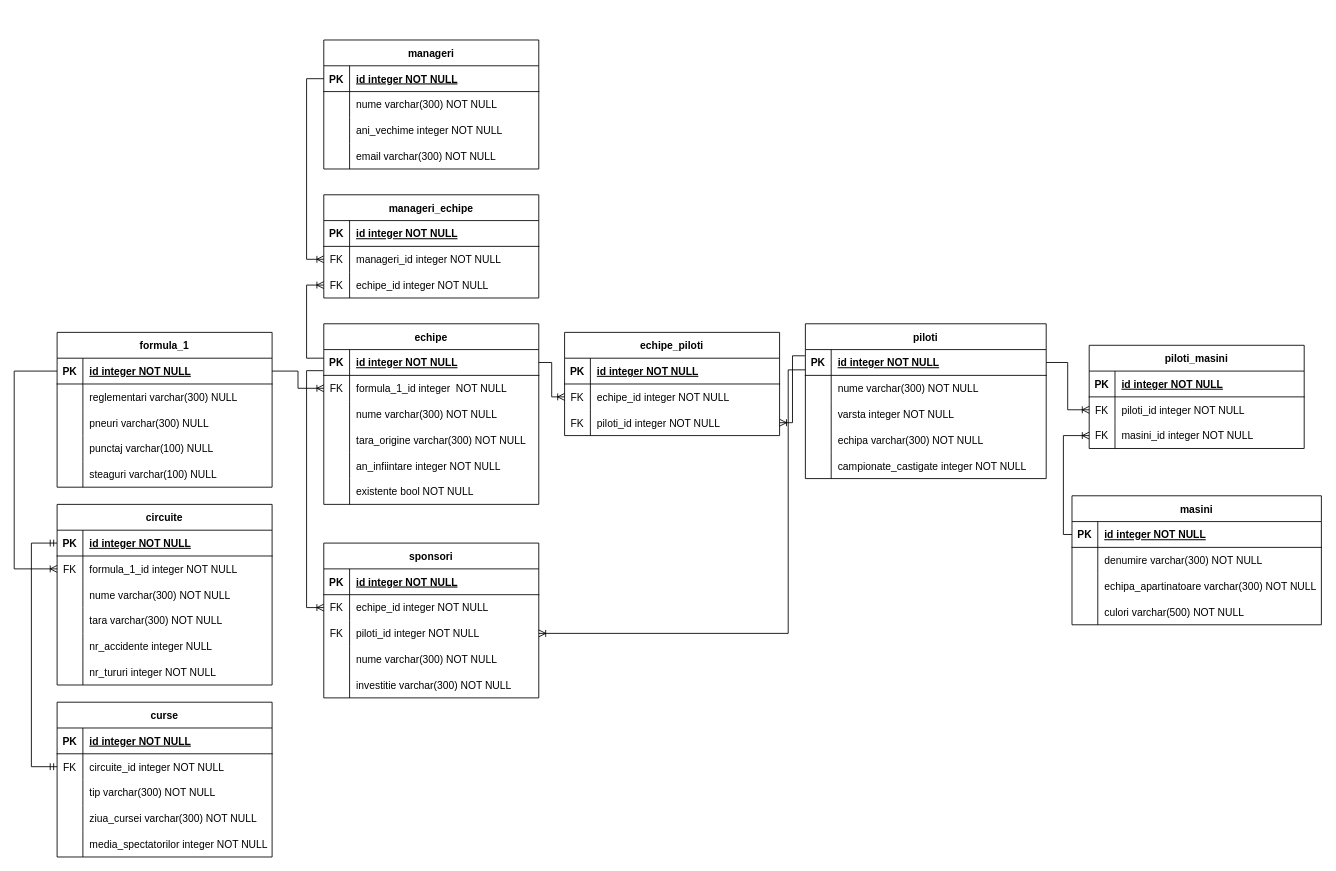
This is Model Conceptual.drawio from andreea-agrisan/examen_sem1_db, a draw.io file, before an edit. Source tidied: cells renumbered, new cells numbered last; positions are measured from the earlier drawing's top-left corner, leaving out a move shared by most shapes. Both pictures are drawn from the tidied source at 86%, with x=0, y=0 at pixel (14, 40).
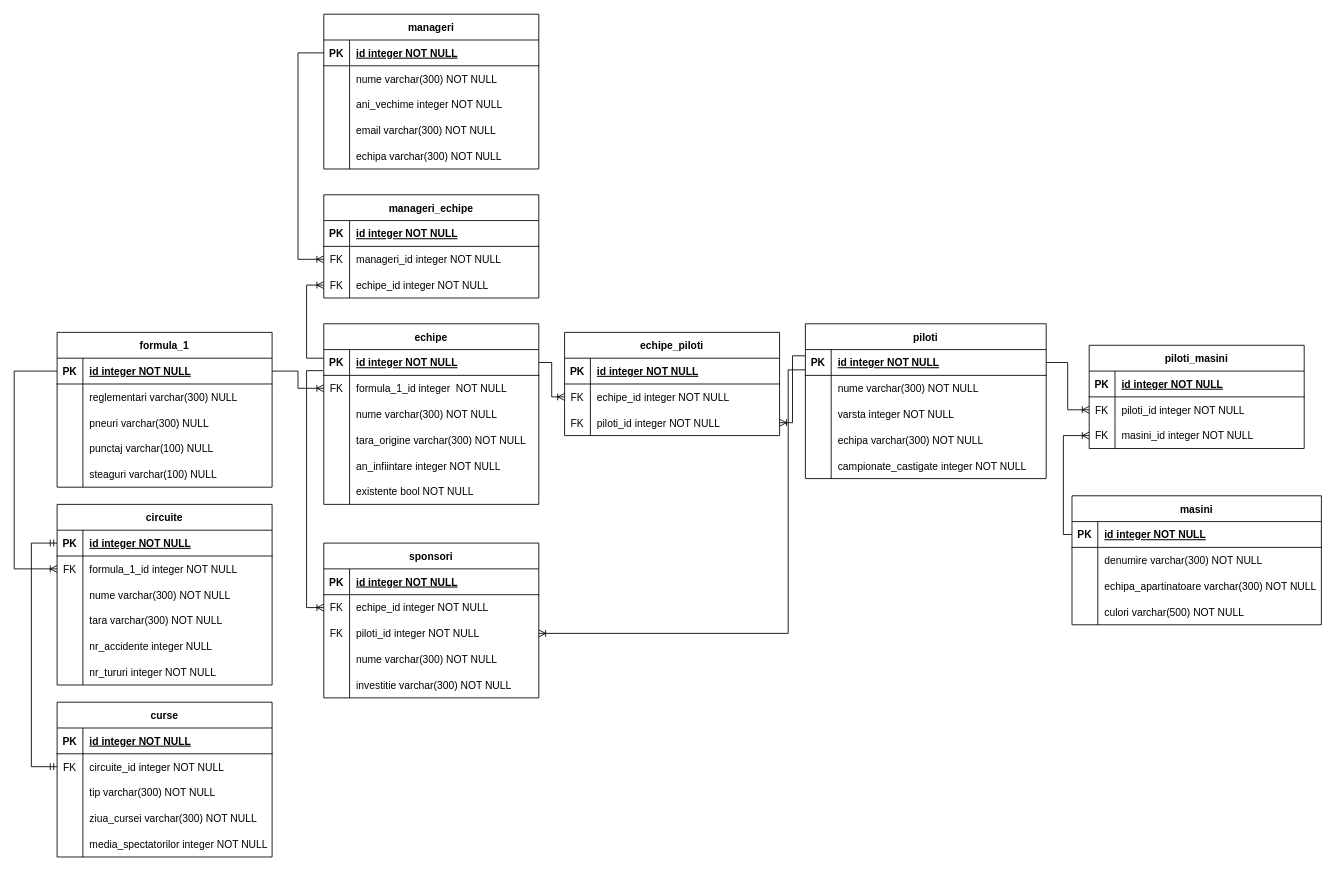
After the change.

The change refers to these unchanged cells:
```xml
<mxCell id="90" style="shape=partialRectangle;fillColor=none;points=[[0,0.5],[1,0.5]];portConstraint=eastwest;top=0;left=0;right=0;bottom=0;" parent="86" vertex="1">
  <mxGeometry y="60" width="250" height="30" as="geometry" />
</mxCell>
<mxCell id="97" style="shape=partialRectangle;fillColor=none;points=[[0,0.5],[1,0.5]];portConstraint=eastwest;top=0;left=0;right=0;bottom=1;" parent="96" vertex="1">
  <mxGeometry y="30" width="250" height="30" as="geometry" />
</mxCell>
```

The edit, as a diff of the source:
```diff
@@
     <mxCell id="96" value="manageri" style="shape=table;startSize=30;childLayout=tableLayout;rowLines=0;fontStyle=1;align=center;" parent="1" vertex="1">
-      <mxGeometry x="360" width="250" height="150" as="geometry" />
+      <mxGeometry x="360" y="-30" width="250" height="180" as="geometry" />
     </mxCell>
@@
+    <mxCell id="171" style="shape=partialRectangle;fillColor=none;top=0;left=0;right=0;bottom=0;" parent="96" vertex="1">
+      <mxGeometry y="150" width="250" height="30" as="geometry" />
+    </mxCell>
+    <mxCell id="172" style="shape=partialRectangle;overflow=hidden;fillColor=none;top=0;left=0;bottom=0;right=0;" parent="171" vertex="1">
+      <mxGeometry width="30" height="30" as="geometry" />
+    </mxCell>
+    <mxCell id="173" value="echipa varchar(300) NOT NULL" style="shape=partialRectangle;overflow=hidden;fillColor=none;top=0;left=0;bottom=0;right=0;align=left;spacingLeft=6;" parent="171" vertex="1">
+      <mxGeometry x="30" width="220" height="30" as="geometry" />
+    </mxCell>
@@
     <mxCell id="163" style="edgeStyle=orthogonalEdgeStyle;fontSize=12;html=1;endArrow=ERoneToMany;rounded=0;exitX=0;exitY=0.5;exitDx=0;exitDy=0;entryX=0;entryY=0.5;entryDx=0;entryDy=0;" parent="1" edge="1" source="97" target="90">
       <mxGeometry relative="1" as="geometry">
         <Array as="points">
-          <mxPoint x="340" y="45" />
-          <mxPoint x="340" y="255" />
+          <mxPoint x="330" y="15" />
+          <mxPoint x="330" y="255" />
         </Array>
       </mxGeometry>
     </mxCell>
```
